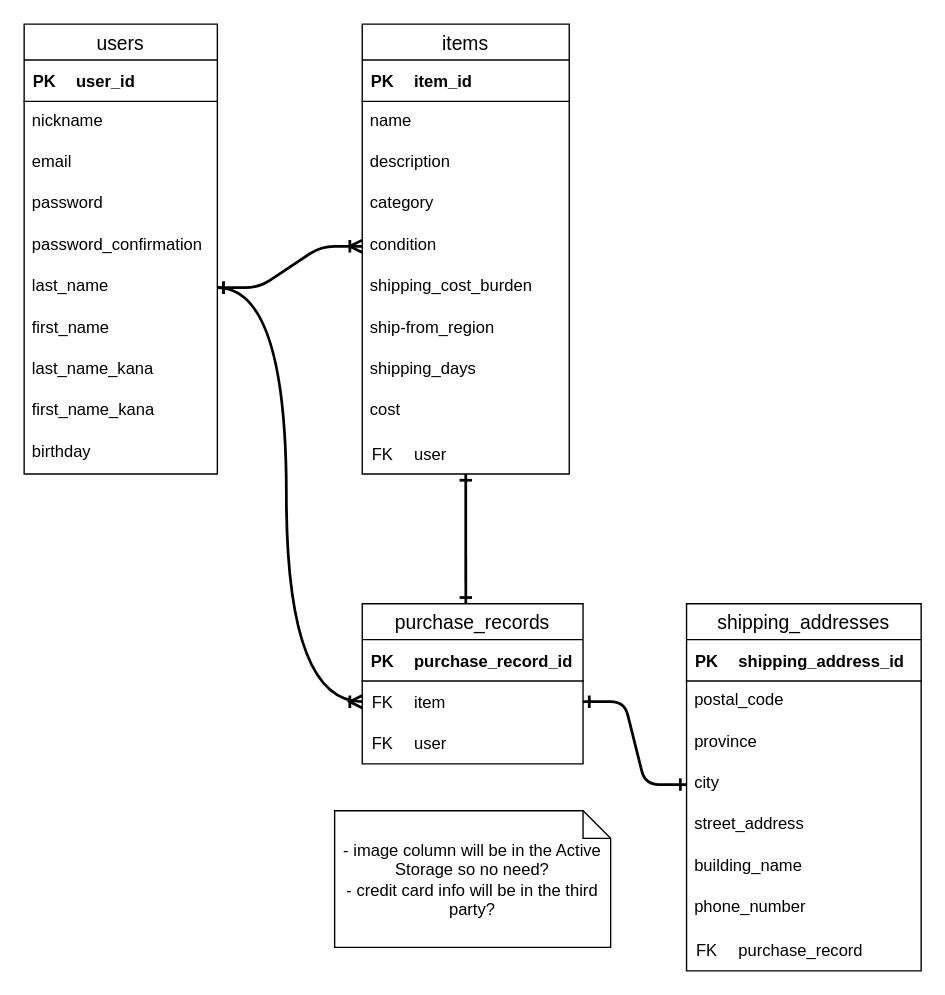
ryohei8/Furima keeps this draw.io diagram as furima.dio. Above is the earlier version. Source tidied: cells renumbered, new cells numbered last; positions are measured from the earlier drawing's top-left corner, leaving out a move shared by most shapes. Both pictures are drawn from the tidied source at 138%, with x=0, y=0 at pixel (23, 23).
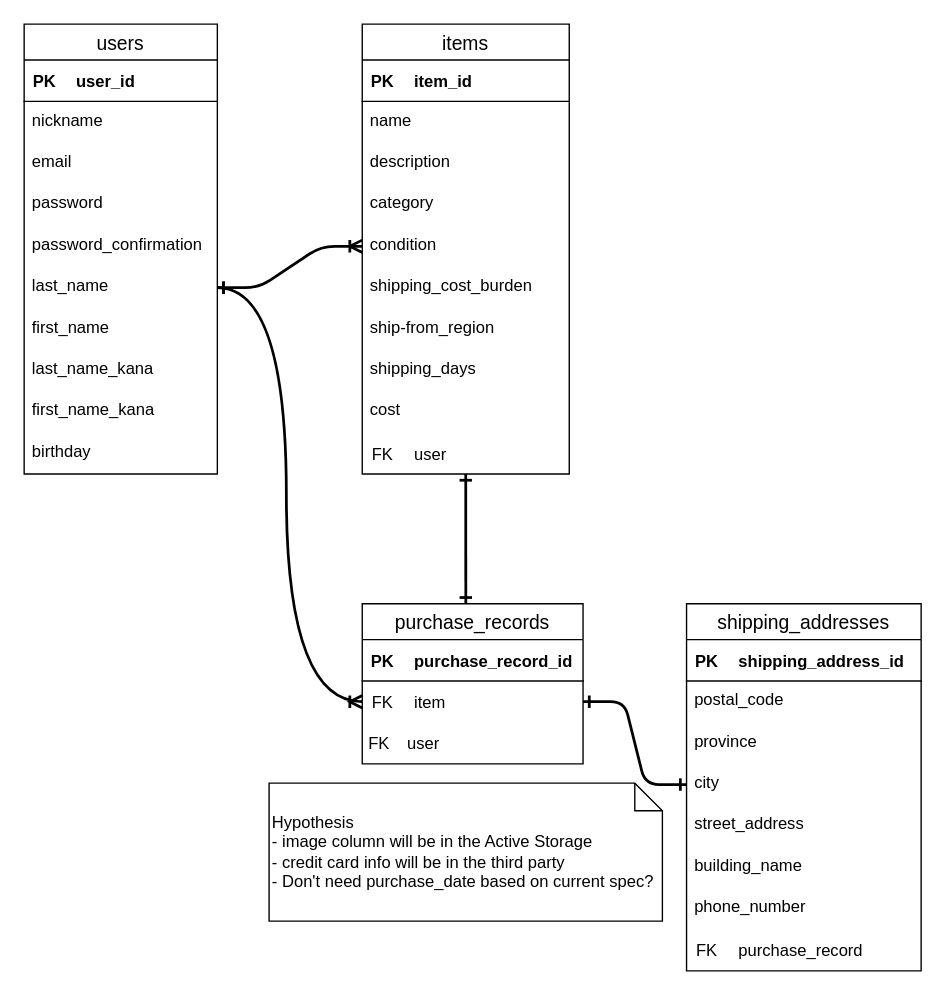
The same diagram, later.

The change refers to these unchanged cells:
```xml
<mxCell id="43" style="shape=tableRow;horizontal=0;startSize=0;swimlaneHead=0;swimlaneBody=0;fillColor=none;top=0;left=0;right=0;bottom=0;" parent="42" vertex="1">
  <mxGeometry width="160" height="30" as="geometry" />
</mxCell>
```

Diff of the diagram source:
```diff
@@
     <mxCell id="44" value="FK" style="shape=partialRectangle;fillColor=none;top=0;left=0;bottom=0;right=0;fontStyle=0;overflow=hidden;" parent="43" vertex="1">
-      <mxGeometry width="30" height="30" as="geometry" />
+      <mxGeometry width="25" height="30" as="geometry" />
     </mxCell>
     <mxCell id="45" value="user" style="shape=partialRectangle;fillColor=none;top=0;left=0;bottom=0;right=0;align=left;spacingLeft=6;fontStyle=0;overflow=hidden;" parent="43" vertex="1">
-      <mxGeometry x="30" width="130" height="30" as="geometry" />
+      <mxGeometry x="25" width="135" height="30" as="geometry" />
     </mxCell>
@@
-    <mxCell id="65" value="- image column will be in the Active Storage so no need?&lt;br&gt;- credit card info will be in the third party?" style="shape=note;size=20;whiteSpace=wrap;html=1;" parent="1" vertex="1">
-      <mxGeometry x="225" y="570" width="200" height="99" as="geometry" />
+    <mxCell id="65" value="Hypothesis&lt;br&gt;- image column will be in the Active Storage&lt;br&gt;- credit card info will be in the third party&lt;br&gt;- Don't need purchase_date based on current spec?" style="shape=note;size=20;whiteSpace=wrap;html=1;align=left;" parent="1" vertex="1">
+      <mxGeometry x="177.5" y="550" width="285" height="100" as="geometry" />
     </mxCell>
```
